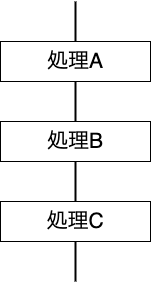
Earlier version of the draw.io export fig/順次構造.png (jkushida/prog2). Source tidied: cells renumbered, new cells last; positions are measured from the earlier drawing's top-left corner, leaving out a move shared by most shapes.
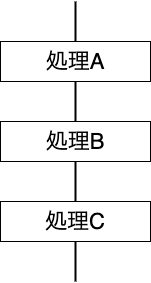
After the change.

What changed in the source:
```diff
@@ -2,13 +2,13 @@
   <root>
     <mxCell id="0" />
     <mxCell id="1" parent="0" />
-    <mxCell id="2" value="処理A" style="rounded=0;whiteSpace=wrap;html=1;fontSize=21;" parent="1" vertex="1">
+    <mxCell id="2" value="処理A" style="rounded=0;whiteSpace=wrap;html=1;fontSize=22;" parent="1" vertex="1">
       <mxGeometry y="40" width="150" height="40" as="geometry" />
     </mxCell>
-    <mxCell id="3" value="処理B" style="rounded=0;whiteSpace=wrap;html=1;fontSize=21;" parent="1" vertex="1">
+    <mxCell id="3" value="処理B" style="rounded=0;whiteSpace=wrap;html=1;fontSize=22;" parent="1" vertex="1">
       <mxGeometry y="120" width="150" height="40" as="geometry" />
     </mxCell>
-    <mxCell id="4" value="処理C" style="rounded=0;whiteSpace=wrap;html=1;fontSize=21;" parent="1" vertex="1">
+    <mxCell id="4" value="処理C" style="rounded=0;whiteSpace=wrap;html=1;fontSize=22;" parent="1" vertex="1">
       <mxGeometry y="200" width="150" height="40" as="geometry" />
     </mxCell>
     <mxCell id="5" style="endArrow=none;html=1;fontSize=21;strokeWidth=2;entryX=0.5;entryY=0;entryDx=0;entryDy=0;" parent="1" edge="1" target="2">
```
